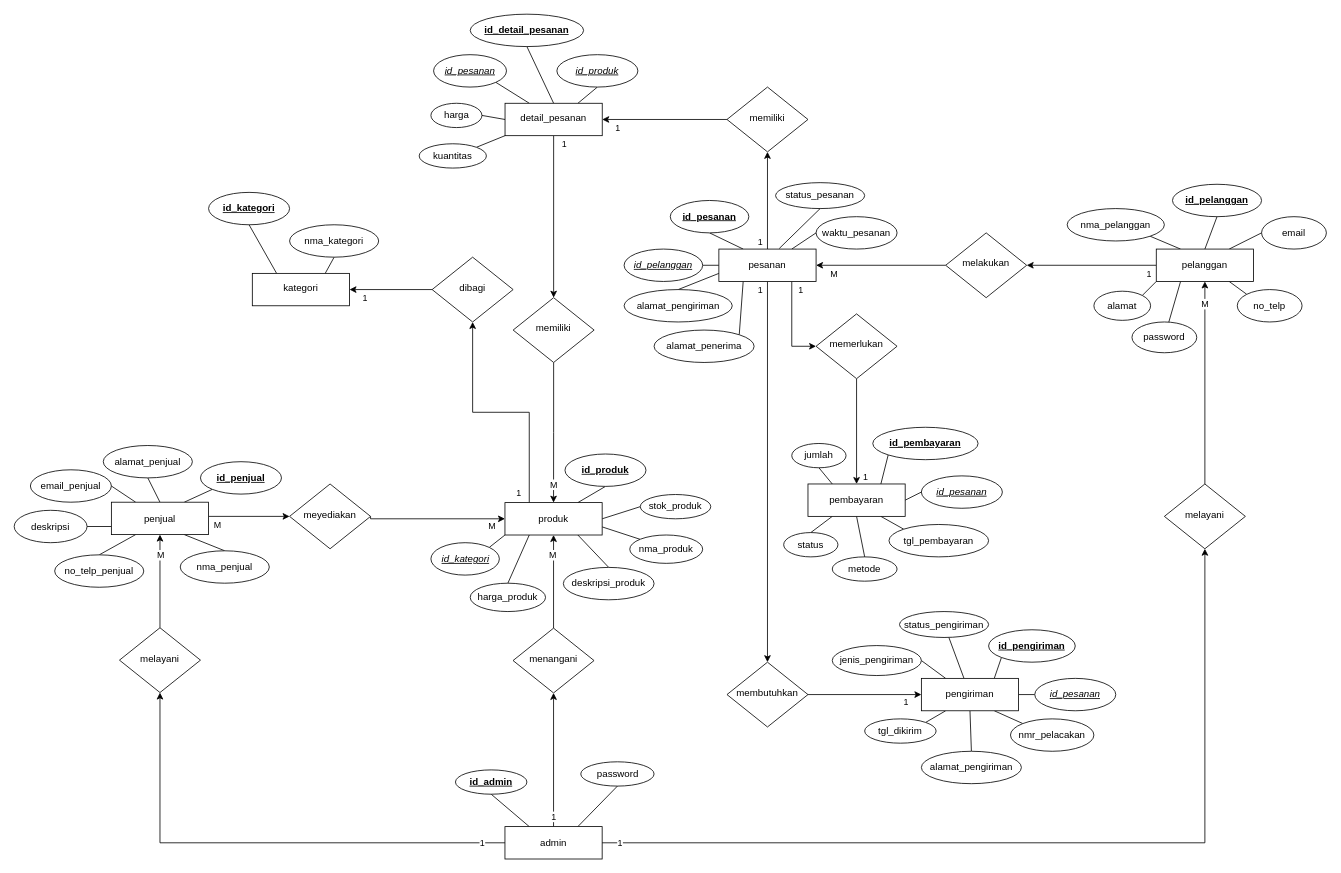
This is e-commerce_erd.drawio from vinnnna/sistem-basis-data, a draw.io file, before an edit. Source tidied: cells renumbered, new cells numbered last; positions are measured from the earlier drawing's top-left corner, leaving out a move shared by most shapes. Both pictures are drawn from the tidied source at 81%, with x=0, y=0 at pixel (14, 14).
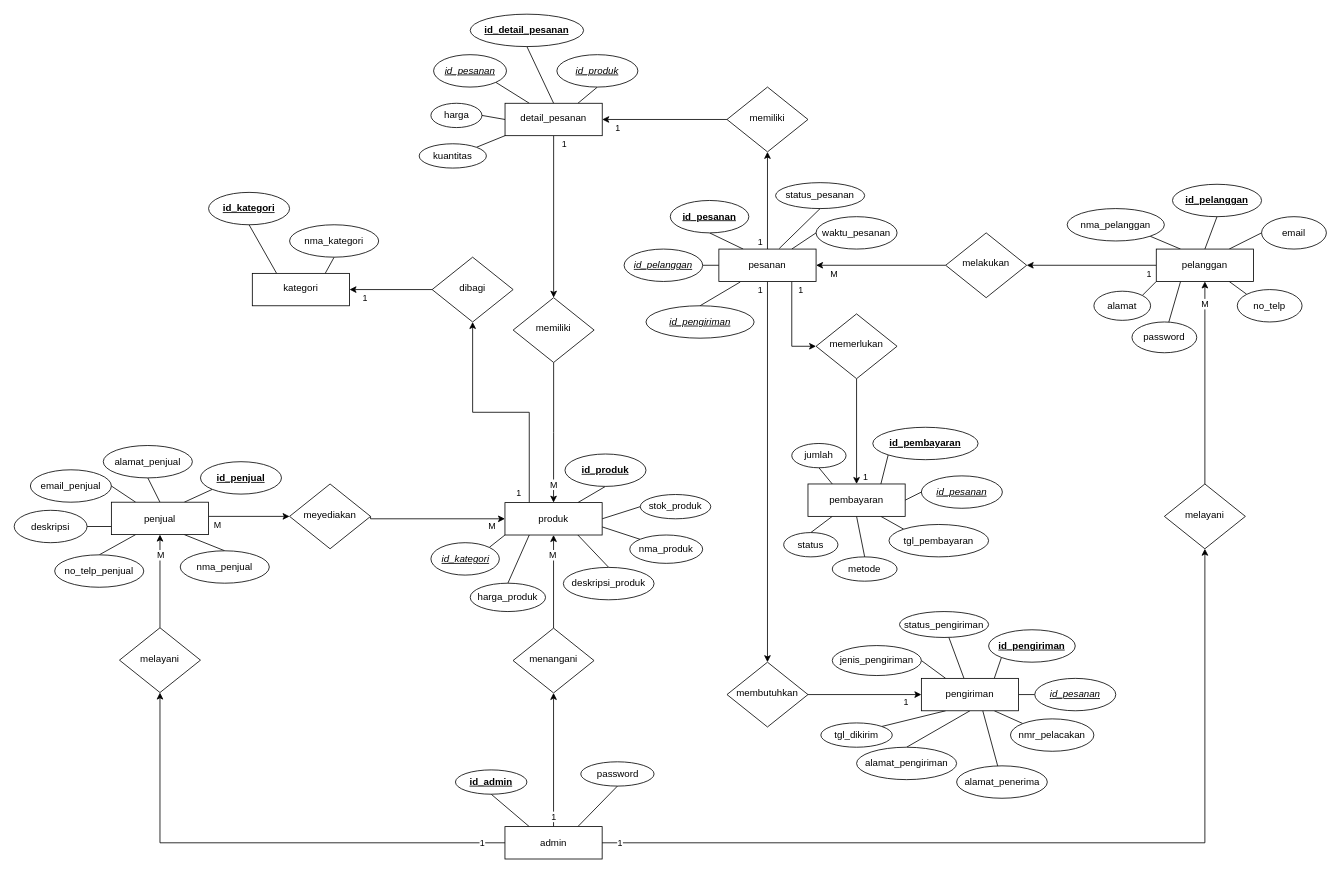
The same page after the edit.

The change refers to these unchanged cells:
```xml
<mxCell id="36" value="pesanan" style="rounded=1;whiteSpace=wrap;html=1;fontSize=12;glass=0;strokeWidth=1;shadow=0;arcSize=0;" parent="1" vertex="1">
  <mxGeometry x="870" y="290" width="120" height="40" as="geometry" />
</mxCell>
<mxCell id="105" value="pengiriman" style="rounded=1;whiteSpace=wrap;html=1;fontSize=12;glass=0;strokeWidth=1;shadow=0;arcSize=0;" parent="1" vertex="1">
  <mxGeometry x="1120" y="820" width="120" height="40" as="geometry" />
</mxCell>
```

Change to the diagram source:
```diff
@@
-    <mxCell id="34" style="rounded=0;jettySize=auto;html=1;exitX=0;exitY=0.75;exitDx=0;exitDy=0;entryX=0.5;entryY=0;entryDx=0;entryDy=0;endArrow=none;endFill=0;" parent="1" edge="1" source="36" target="142">
+    <mxCell id="34" style="rounded=0;jettySize=auto;html=1;exitX=0.22;exitY=1.016;exitDx=0;exitDy=0;entryX=0.5;entryY=0;entryDx=0;entryDy=0;endArrow=none;endFill=0;exitPerimeter=0;" parent="1" edge="1" source="36" target="142">
       <mxGeometry relative="1" as="geometry" />
     </mxCell>
-    <mxCell id="35" style="rounded=0;jettySize=auto;html=1;exitX=0.25;exitY=1;exitDx=0;exitDy=0;entryX=1;entryY=0;entryDx=0;entryDy=0;endArrow=none;endFill=0;" parent="1" edge="1" source="36" target="143">
-      <mxGeometry relative="1" as="geometry" />
-    </mxCell>
@@
     <mxCell id="139" value="tgl_dikirim" style="ellipse;whiteSpace=wrap;html=1;" parent="1" vertex="1">
-      <mxGeometry x="1050" y="870" width="88.2" height="30" as="geometry" />
+      <mxGeometry x="995.9" y="875" width="88.2" height="30" as="geometry" />
     </mxCell>
@@
     <mxCell id="141" value="alamat_pengiriman" style="ellipse;whiteSpace=wrap;html=1;" parent="1" vertex="1">
-      <mxGeometry x="1120" y="910" width="123.5" height="40" as="geometry" />
+      <mxGeometry x="1040" y="905" width="123.5" height="40" as="geometry" />
     </mxCell>
-    <mxCell id="142" value="alamat_pengiriman" style="ellipse;whiteSpace=wrap;html=1;" parent="1" vertex="1">
-      <mxGeometry x="753" y="340" width="133.5" height="40" as="geometry" />
+    <mxCell id="142" value="id_pengiriman" style="ellipse;whiteSpace=wrap;html=1;fontStyle=6;" parent="1" vertex="1">
+      <mxGeometry x="780" y="360" width="133.5" height="40" as="geometry" />
     </mxCell>
-    <mxCell id="143" value="alamat_penerima" style="ellipse;whiteSpace=wrap;html=1;" parent="1" vertex="1">
-      <mxGeometry x="790" y="390" width="123.5" height="40" as="geometry" />
-    </mxCell>
@@
+    <mxCell id="143" value="alamat_penerima" style="ellipse;whiteSpace=wrap;html=1;" parent="1" vertex="1">
+      <mxGeometry x="1163.5" y="928" width="112" height="40" as="geometry" />
+    </mxCell>
+    <mxCell id="153" style="rounded=0;jettySize=auto;html=1;entryX=0.632;entryY=1.004;entryDx=0;entryDy=0;entryPerimeter=0;endArrow=none;endFill=0;" parent="1" edge="1" source="143" target="105">
+      <mxGeometry relative="1" as="geometry" />
+    </mxCell>
```
